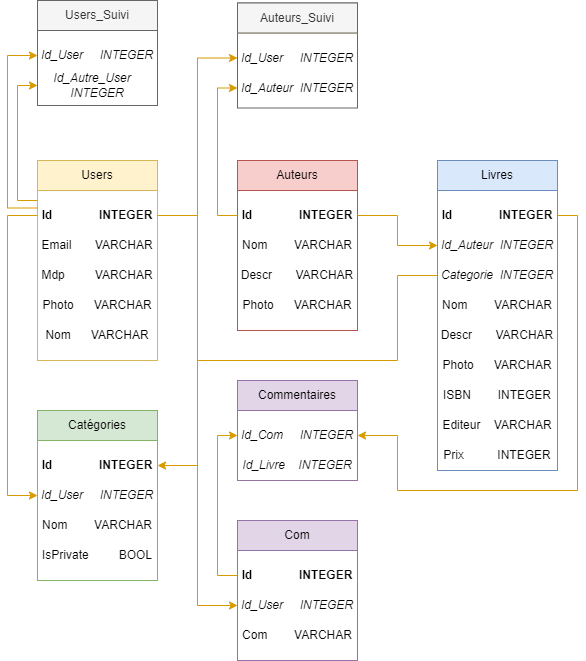
The draw.io diagram Diagramme_BDD_Biblio.png in Yann-Fournier/BDD_Projet_Final_B2, before a commit. Source tidied: cells renumbered, new cells last; positions are measured from the earlier drawing's top-left corner, leaving out a move shared by most shapes.
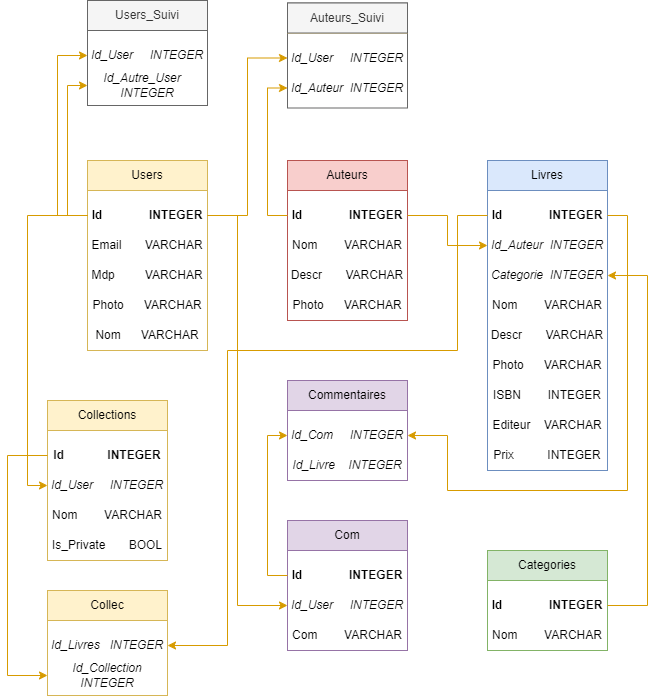
The same diagram one commit later.

What changed in the source:
```diff
@@ -3,7 +3,7 @@
     <mxCell id="0" />
     <mxCell id="1" parent="0" />
     <mxCell id="2" style="rounded=0;whiteSpace=wrap;html=1;fillColor=default;strokeColor=#d6b656;" parent="1" vertex="1">
-      <mxGeometry x="30" y="160" width="120" height="200" as="geometry" />
+      <mxGeometry x="30" y="160" width="120" height="190" as="geometry" />
     </mxCell>
     <mxCell id="3" style="endArrow=none;html=1;rounded=0;entryX=0;entryY=0.25;entryDx=0;entryDy=0;exitX=1;exitY=0.25;exitDx=0;exitDy=0;fillColor=#fff2cc;strokeColor=#d6b656;" parent="1" edge="1">
       <mxGeometry relative="1" as="geometry">
@@ -17,36 +17,31 @@
     <mxCell id="5" value="Email&amp;nbsp; &amp;nbsp; &amp;nbsp; &amp;nbsp;VARCHAR" style="text;html=1;align=center;verticalAlign=middle;whiteSpace=wrap;rounded=0;" parent="1" vertex="1">
       <mxGeometry x="30" y="230" width="120" height="30" as="geometry" />
     </mxCell>
+    <mxCell id="7" style="edgeStyle=orthogonalEdgeStyle;rounded=0;jettySize=auto;html=1;exitX=1;exitY=0.5;exitDx=0;exitDy=0;entryX=0;entryY=0.5;entryDx=0;entryDy=0;fillColor=#ffe6cc;strokeColor=#d79b00;" parent="1" edge="1" source="11" target="60">
+      <mxGeometry relative="1" as="geometry" />
+    </mxCell>
+    <mxCell id="10" style="edgeStyle=orthogonalEdgeStyle;rounded=0;jettySize=auto;html=1;exitX=1;exitY=0.5;exitDx=0;exitDy=0;entryX=0;entryY=0.5;entryDx=0;entryDy=0;fillColor=#ffe6cc;strokeColor=#d79b00;" parent="1" edge="1" source="11" target="48">
+      <mxGeometry relative="1" as="geometry">
+        <Array as="points">
+          <mxPoint x="180" y="215" />
+          <mxPoint x="180" y="605" />
+        </Array>
+      </mxGeometry>
+    </mxCell>
     <mxCell id="6" style="edgeStyle=orthogonalEdgeStyle;rounded=0;jettySize=auto;html=1;exitX=0;exitY=0.5;exitDx=0;exitDy=0;entryX=0;entryY=0.5;entryDx=0;entryDy=0;fillColor=#ffe6cc;strokeColor=#d79b00;" parent="1" edge="1" source="11" target="55">
-      <mxGeometry relative="1" as="geometry">
-        <Array as="points">
-          <mxPoint y="215" />
-          <mxPoint y="495" />
-        </Array>
-      </mxGeometry>
+      <mxGeometry relative="1" as="geometry" />
     </mxCell>
-    <mxCell id="7" style="edgeStyle=orthogonalEdgeStyle;rounded=0;jettySize=auto;html=1;exitX=1;exitY=0.5;exitDx=0;exitDy=0;entryX=0;entryY=0.5;entryDx=0;entryDy=0;fillColor=#ffe6cc;strokeColor=#d79b00;" parent="1" edge="1" source="11" target="60">
-      <mxGeometry relative="1" as="geometry" />
-    </mxCell>
+    <mxCell id="9" style="edgeStyle=orthogonalEdgeStyle;rounded=0;jettySize=auto;html=1;exitX=0;exitY=0.5;exitDx=0;exitDy=0;entryX=0;entryY=0.5;entryDx=0;entryDy=0;fillColor=#ffe6cc;strokeColor=#d79b00;" parent="1" edge="1" source="11" target="64">
+      <mxGeometry relative="1" as="geometry" />
+    </mxCell>
-    <mxCell id="8" style="edgeStyle=orthogonalEdgeStyle;rounded=0;jettySize=auto;html=1;exitX=0;exitY=0.25;exitDx=0;exitDy=0;entryX=0;entryY=0.5;entryDx=0;entryDy=0;fillColor=#ffe6cc;strokeColor=#d79b00;" parent="1" edge="1" source="11" target="65">
+    <mxCell id="8" style="edgeStyle=orthogonalEdgeStyle;rounded=0;jettySize=auto;html=1;exitX=0;exitY=0.5;exitDx=0;exitDy=0;entryX=0;entryY=0.5;entryDx=0;entryDy=0;fillColor=#ffe6cc;strokeColor=#d79b00;" parent="1" edge="1" source="11" target="65">
       <mxGeometry relative="1" as="geometry">
         <Array as="points">
-          <mxPoint y="207" />
+          <mxPoint y="215" />
           <mxPoint y="55" />
         </Array>
       </mxGeometry>
     </mxCell>
-    <mxCell id="9" style="edgeStyle=orthogonalEdgeStyle;rounded=0;jettySize=auto;html=1;exitX=0;exitY=0;exitDx=0;exitDy=0;entryX=0;entryY=0.5;entryDx=0;entryDy=0;fillColor=#ffe6cc;strokeColor=#d79b00;" parent="1" edge="1" source="11" target="64">
-      <mxGeometry relative="1" as="geometry">
-        <Array as="points">
-          <mxPoint x="10" y="200" />
-          <mxPoint x="10" y="85" />
-        </Array>
-      </mxGeometry>
-    </mxCell>
-    <mxCell id="10" style="edgeStyle=orthogonalEdgeStyle;rounded=0;jettySize=auto;html=1;exitX=1;exitY=0.5;exitDx=0;exitDy=0;entryX=0;entryY=0.5;entryDx=0;entryDy=0;fillColor=#ffe6cc;strokeColor=#d79b00;" parent="1" edge="1" source="11" target="48">
-      <mxGeometry relative="1" as="geometry" />
-    </mxCell>
     <mxCell id="11" value="&lt;b&gt;Id&amp;nbsp; &amp;nbsp; &amp;nbsp; &amp;nbsp; &amp;nbsp; &amp;nbsp; &amp;nbsp; INTEGER&lt;/b&gt;" style="text;html=1;align=center;verticalAlign=middle;whiteSpace=wrap;rounded=0;fillColor=none;" parent="1" vertex="1">
       <mxGeometry x="30" y="200" width="120" height="30" as="geometry" />
     </mxCell>
@@ -57,7 +52,7 @@
       <mxGeometry x="30" y="290" width="120" height="30" as="geometry" />
     </mxCell>
     <mxCell id="14" style="rounded=0;whiteSpace=wrap;html=1;fillColor=default;strokeColor=#b85450;" parent="1" vertex="1">
-      <mxGeometry x="230" y="160" width="120" height="170" as="geometry" />
+      <mxGeometry x="230" y="160" width="120" height="160" as="geometry" />
     </mxCell>
     <mxCell id="15" style="endArrow=none;html=1;rounded=0;entryX=0;entryY=0.25;entryDx=0;entryDy=0;exitX=1;exitY=0.25;exitDx=0;exitDy=0;fillColor=#fff2cc;strokeColor=#d6b656;" parent="1" edge="1">
       <mxGeometry relative="1" as="geometry">
@@ -114,6 +109,16 @@
         </Array>
       </mxGeometry>
     </mxCell>
+    <mxCell id="67" style="edgeStyle=orthogonalEdgeStyle;rounded=0;jettySize=auto;html=1;exitX=0;exitY=0.5;exitDx=0;exitDy=0;entryX=1;entryY=0.5;entryDx=0;entryDy=0;fillColor=#ffe6cc;strokeColor=#d79b00;" parent="1" edge="1" source="29" target="78">
+      <mxGeometry relative="1" as="geometry">
+        <Array as="points">
+          <mxPoint x="400" y="215" />
+          <mxPoint x="400" y="350" />
+          <mxPoint x="170" y="350" />
+          <mxPoint x="170" y="645" />
+        </Array>
+      </mxGeometry>
+    </mxCell>
     <mxCell id="29" value="&lt;b&gt;Id&amp;nbsp; &amp;nbsp; &amp;nbsp; &amp;nbsp; &amp;nbsp; &amp;nbsp; &amp;nbsp; INTEGER&lt;/b&gt;" style="text;html=1;align=center;verticalAlign=middle;whiteSpace=wrap;rounded=0;fillColor=none;" parent="1" vertex="1">
       <mxGeometry x="430" y="200" width="120" height="30" as="geometry" />
     </mxCell>
@@ -133,22 +138,30 @@
       <mxGeometry x="430" y="440" width="120" height="30" as="geometry" />
     </mxCell>
     <mxCell id="35" style="rounded=0;whiteSpace=wrap;html=1;fillColor=default;strokeColor=#82b366;" parent="1" vertex="1">
-      <mxGeometry x="30" y="410" width="120" height="170" as="geometry" />
+      <mxGeometry x="430" y="550" width="120" height="100" as="geometry" />
     </mxCell>
     <mxCell id="36" style="endArrow=none;html=1;rounded=0;entryX=0;entryY=0.25;entryDx=0;entryDy=0;exitX=1;exitY=0.25;exitDx=0;exitDy=0;fillColor=#fff2cc;strokeColor=#d6b656;" parent="1" edge="1">
       <mxGeometry relative="1" as="geometry">
-        <mxPoint x="150" y="440" as="sourcePoint" />
-        <mxPoint x="30" y="440" as="targetPoint" />
+        <mxPoint x="550" y="580" as="sourcePoint" />
+        <mxPoint x="430" y="580" as="targetPoint" />
       </mxGeometry>
     </mxCell>
-    <mxCell id="37" value="Catégories" style="text;html=1;align=center;verticalAlign=middle;whiteSpace=wrap;rounded=0;fillColor=#d5e8d4;strokeColor=#82b366;" parent="1" vertex="1">
-      <mxGeometry x="30" y="410" width="120" height="30" as="geometry" />
+    <mxCell id="37" value="Categories" style="text;html=1;align=center;verticalAlign=middle;whiteSpace=wrap;rounded=0;fillColor=#d5e8d4;strokeColor=#82b366;" parent="1" vertex="1">
+      <mxGeometry x="430" y="550" width="120" height="30" as="geometry" />
     </mxCell>
     <mxCell id="38" value="Nom&amp;nbsp; &amp;nbsp; &amp;nbsp; &amp;nbsp; VARCHAR" style="text;html=1;align=center;verticalAlign=middle;whiteSpace=wrap;rounded=0;" parent="1" vertex="1">
-      <mxGeometry x="30" y="510" width="120" height="30" as="geometry" />
+      <mxGeometry x="430" y="620" width="120" height="30" as="geometry" />
     </mxCell>
+    <mxCell id="68" style="edgeStyle=orthogonalEdgeStyle;rounded=0;jettySize=auto;html=1;exitX=1;exitY=0.5;exitDx=0;exitDy=0;entryX=1;entryY=0.5;entryDx=0;entryDy=0;fillColor=#ffe6cc;strokeColor=#d79b00;" parent="1" edge="1" source="39" target="54">
+      <mxGeometry relative="1" as="geometry">
+        <Array as="points">
+          <mxPoint x="590" y="605" />
+          <mxPoint x="590" y="275" />
+        </Array>
+      </mxGeometry>
+    </mxCell>
     <mxCell id="39" value="&lt;b style=&quot;&quot;&gt;Id&amp;nbsp; &amp;nbsp; &amp;nbsp; &amp;nbsp; &amp;nbsp; &amp;nbsp; &amp;nbsp; INTEGER&lt;/b&gt;" style="text;html=1;align=center;verticalAlign=middle;whiteSpace=wrap;rounded=0;fillColor=none;" parent="1" vertex="1">
-      <mxGeometry x="30" y="450" width="120" height="30" as="geometry" />
+      <mxGeometry x="430" y="590" width="120" height="30" as="geometry" />
     </mxCell>
     <mxCell id="40" style="rounded=0;whiteSpace=wrap;html=1;fillColor=default;strokeColor=#9673a6;" parent="1" vertex="1">
       <mxGeometry x="230" y="380" width="120" height="100" as="geometry" />
@@ -169,7 +182,7 @@
       <mxGeometry x="230" y="420" width="120" height="30" as="geometry" />
     </mxCell>
     <mxCell id="45" style="rounded=0;whiteSpace=wrap;html=1;fillColor=default;strokeColor=#9673a6;" parent="1" vertex="1">
-      <mxGeometry x="230" y="520" width="120" height="140" as="geometry" />
+      <mxGeometry x="230" y="520" width="120" height="130" as="geometry" />
     </mxCell>
     <mxCell id="46" style="endArrow=none;html=1;rounded=0;entryX=0;entryY=0.25;entryDx=0;entryDy=0;exitX=1;exitY=0.25;exitDx=0;exitDy=0;fillColor=#fff2cc;strokeColor=#d6b656;" parent="1" edge="1">
       <mxGeometry relative="1" as="geometry">
@@ -192,25 +205,9 @@
     <mxCell id="51" value="&lt;i&gt;Id_Auteur&amp;nbsp; INTEGER&lt;/i&gt;" style="text;html=1;align=center;verticalAlign=middle;whiteSpace=wrap;rounded=0;" parent="1" vertex="1">
       <mxGeometry x="430" y="230" width="120" height="30" as="geometry" />
     </mxCell>
-    <mxCell id="52" value="IsPrivate&amp;nbsp; &amp;nbsp; &amp;nbsp; &amp;nbsp; &amp;nbsp;BOOL" style="text;html=1;align=center;verticalAlign=middle;whiteSpace=wrap;rounded=0;" parent="1" vertex="1">
-      <mxGeometry x="30" y="540" width="120" height="30" as="geometry" />
-    </mxCell>
-    <mxCell id="53" style="edgeStyle=orthogonalEdgeStyle;rounded=0;jettySize=auto;html=1;exitX=0;exitY=0.5;exitDx=0;exitDy=0;entryX=1;entryY=0.5;entryDx=0;entryDy=0;fillColor=#ffe6cc;strokeColor=#d79b00;" parent="1" edge="1" source="54" target="39">
-      <mxGeometry relative="1" as="geometry">
-        <Array as="points">
-          <mxPoint x="390" y="275" />
-          <mxPoint x="390" y="360" />
-          <mxPoint x="190" y="360" />
-          <mxPoint x="190" y="465" />
-        </Array>
-      </mxGeometry>
-    </mxCell>
     <mxCell id="54" value="&lt;i&gt;Categorie&amp;nbsp; INTEGER&lt;/i&gt;" style="text;html=1;align=center;verticalAlign=middle;whiteSpace=wrap;rounded=0;" parent="1" vertex="1">
       <mxGeometry x="430" y="260" width="120" height="30" as="geometry" />
     </mxCell>
-    <mxCell id="55" value="&lt;i&gt;Id_User&amp;nbsp; &amp;nbsp; &amp;nbsp;INTEGER&lt;/i&gt;" style="text;html=1;align=center;verticalAlign=middle;whiteSpace=wrap;rounded=0;" parent="1" vertex="1">
-      <mxGeometry x="30" y="480" width="120" height="30" as="geometry" />
-    </mxCell>
     <mxCell id="56" style="rounded=0;whiteSpace=wrap;html=1;fillColor=default;strokeColor=#666666;fontColor=#333333;" parent="1" vertex="1">
       <mxGeometry x="230" y="2.5" width="120" height="105" as="geometry" />
     </mxCell>
@@ -250,5 +247,55 @@
     <mxCell id="66" value="Com&amp;nbsp; &amp;nbsp; &amp;nbsp; &amp;nbsp; VARCHAR" style="text;html=1;align=center;verticalAlign=middle;whiteSpace=wrap;rounded=0;" parent="1" vertex="1">
       <mxGeometry x="230" y="620" width="120" height="30" as="geometry" />
     </mxCell>
+    <mxCell id="69" style="rounded=0;whiteSpace=wrap;html=1;fillColor=default;strokeColor=#d6b656;" parent="1" vertex="1">
+      <mxGeometry x="-10" y="400" width="120" height="160" as="geometry" />
+    </mxCell>
+    <mxCell id="70" style="endArrow=none;html=1;rounded=0;entryX=0;entryY=0.25;entryDx=0;entryDy=0;exitX=1;exitY=0.25;exitDx=0;exitDy=0;fillColor=#fff2cc;strokeColor=#d6b656;" parent="1" edge="1">
+      <mxGeometry relative="1" as="geometry">
+        <mxPoint x="110" y="430" as="sourcePoint" />
+        <mxPoint x="-10" y="430" as="targetPoint" />
+      </mxGeometry>
+    </mxCell>
+    <mxCell id="71" value="Collections" style="text;html=1;align=center;verticalAlign=middle;whiteSpace=wrap;rounded=0;fillColor=#fff2cc;strokeColor=#d6b656;" parent="1" vertex="1">
+      <mxGeometry x="-10" y="400" width="120" height="30" as="geometry" />
+    </mxCell>
+    <mxCell id="72" style="edgeStyle=orthogonalEdgeStyle;rounded=0;jettySize=auto;html=1;exitX=0;exitY=0.5;exitDx=0;exitDy=0;entryX=0;entryY=0.5;entryDx=0;entryDy=0;fillColor=#ffe6cc;strokeColor=#d79b00;" parent="1" edge="1" source="73" target="79">
+      <mxGeometry relative="1" as="geometry">
+        <Array as="points">
+          <mxPoint x="-50" y="455" />
+          <mxPoint x="-50" y="675" />
+        </Array>
+      </mxGeometry>
+    </mxCell>
+    <mxCell id="73" value="&lt;b style=&quot;&quot;&gt;Id&amp;nbsp; &amp;nbsp; &amp;nbsp; &amp;nbsp; &amp;nbsp; &amp;nbsp; &amp;nbsp;INTEGER&lt;/b&gt;" style="text;html=1;align=center;verticalAlign=middle;whiteSpace=wrap;rounded=0;fillColor=none;" parent="1" vertex="1">
+      <mxGeometry x="-10" y="440" width="120" height="30" as="geometry" />
+    </mxCell>
+    <mxCell id="55" value="&lt;i&gt;Id_User&amp;nbsp; &amp;nbsp; &amp;nbsp;INTEGER&lt;/i&gt;" style="text;html=1;align=center;verticalAlign=middle;whiteSpace=wrap;rounded=0;" parent="1" vertex="1">
+      <mxGeometry x="-10" y="470" width="120" height="30" as="geometry" />
+    </mxCell>
+    <mxCell id="74" value="Nom&amp;nbsp; &amp;nbsp; &amp;nbsp; &amp;nbsp; VARCHAR" style="text;html=1;align=center;verticalAlign=middle;whiteSpace=wrap;rounded=0;" parent="1" vertex="1">
+      <mxGeometry x="-10" y="500" width="120" height="30" as="geometry" />
+    </mxCell>
+    <mxCell id="75" style="rounded=0;whiteSpace=wrap;html=1;fillColor=default;strokeColor=#d6b656;" parent="1" vertex="1">
+      <mxGeometry x="-10" y="590" width="120" height="105" as="geometry" />
+    </mxCell>
+    <mxCell id="76" style="endArrow=none;html=1;rounded=0;entryX=0;entryY=0.25;entryDx=0;entryDy=0;exitX=1;exitY=0.25;exitDx=0;exitDy=0;fillColor=#fff2cc;strokeColor=#d6b656;" parent="1" edge="1">
+      <mxGeometry relative="1" as="geometry">
+        <mxPoint x="110" y="620" as="sourcePoint" />
+        <mxPoint x="-10" y="620" as="targetPoint" />
+      </mxGeometry>
+    </mxCell>
+    <mxCell id="77" value="Collec" style="text;html=1;align=center;verticalAlign=middle;whiteSpace=wrap;rounded=0;fillColor=#fff2cc;strokeColor=#d6b656;" parent="1" vertex="1">
+      <mxGeometry x="-10" y="590" width="120" height="30" as="geometry" />
+    </mxCell>
+    <mxCell id="78" value="&lt;i style=&quot;&quot;&gt;Id_Livres&amp;nbsp; &amp;nbsp;INTEGER&lt;/i&gt;" style="text;html=1;align=center;verticalAlign=middle;whiteSpace=wrap;rounded=0;fillColor=none;" parent="1" vertex="1">
+      <mxGeometry x="-10" y="630" width="120" height="30" as="geometry" />
+    </mxCell>
+    <mxCell id="79" value="&lt;i&gt;Id_Collection INTEGER&lt;/i&gt;" style="text;html=1;align=center;verticalAlign=middle;whiteSpace=wrap;rounded=0;" parent="1" vertex="1">
+      <mxGeometry x="-10" y="660" width="120" height="30" as="geometry" />
+    </mxCell>
+    <mxCell id="80" value="Is_Private&amp;nbsp; &amp;nbsp; &amp;nbsp; &amp;nbsp;BOOL" style="text;html=1;align=center;verticalAlign=middle;whiteSpace=wrap;rounded=0;" parent="1" vertex="1">
+      <mxGeometry x="-10" y="530" width="120" height="30" as="geometry" />
+    </mxCell>
   </root>
 </mxGraphModel>
```
